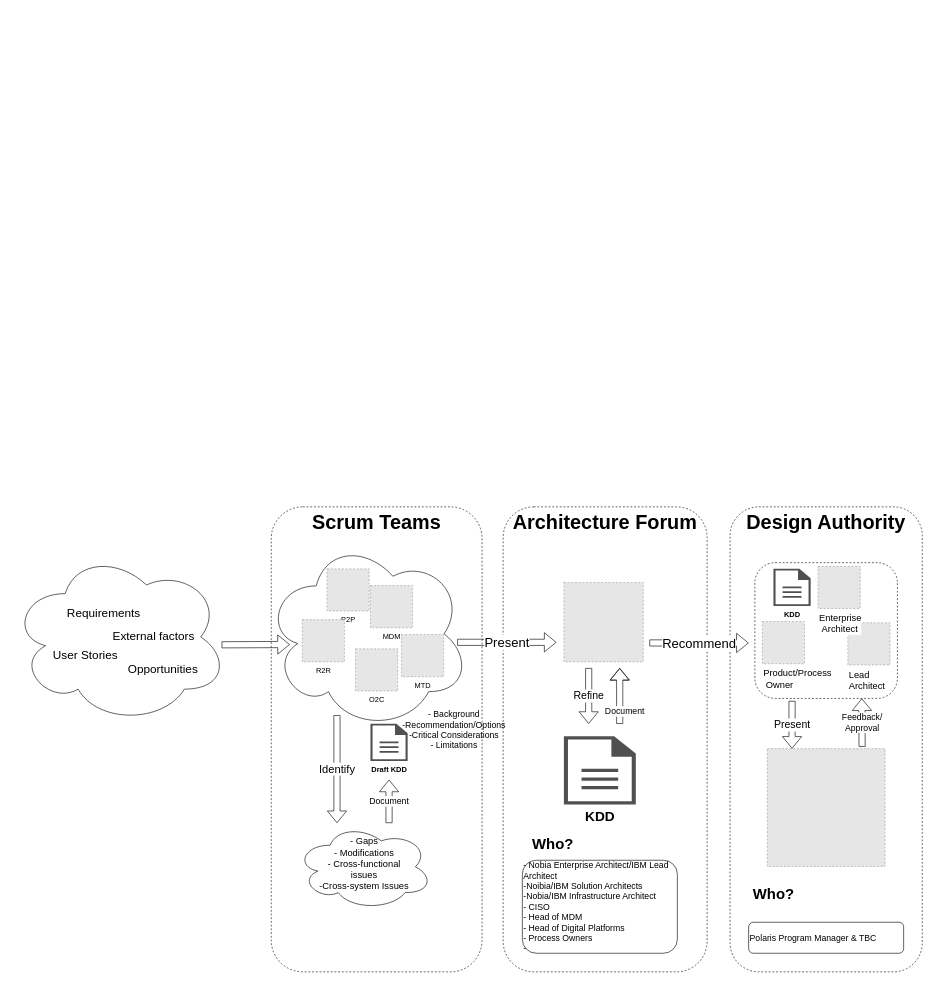
Above: page "Overall" (1 of 7) of Architecture Governance.drawio in mrf742002/Diagrams (draw.io), before the change. Source tidied: cells renumbered, new cells numbered last; positions are measured from the earlier drawing's top-left corner, leaving out a move shared by most shapes. Both pictures are drawn from the tidied source at 62%, with x=0, y=0 at pixel (11, 507). Pictures stored in the file or linked from it are replaced by grey dashed boxes.
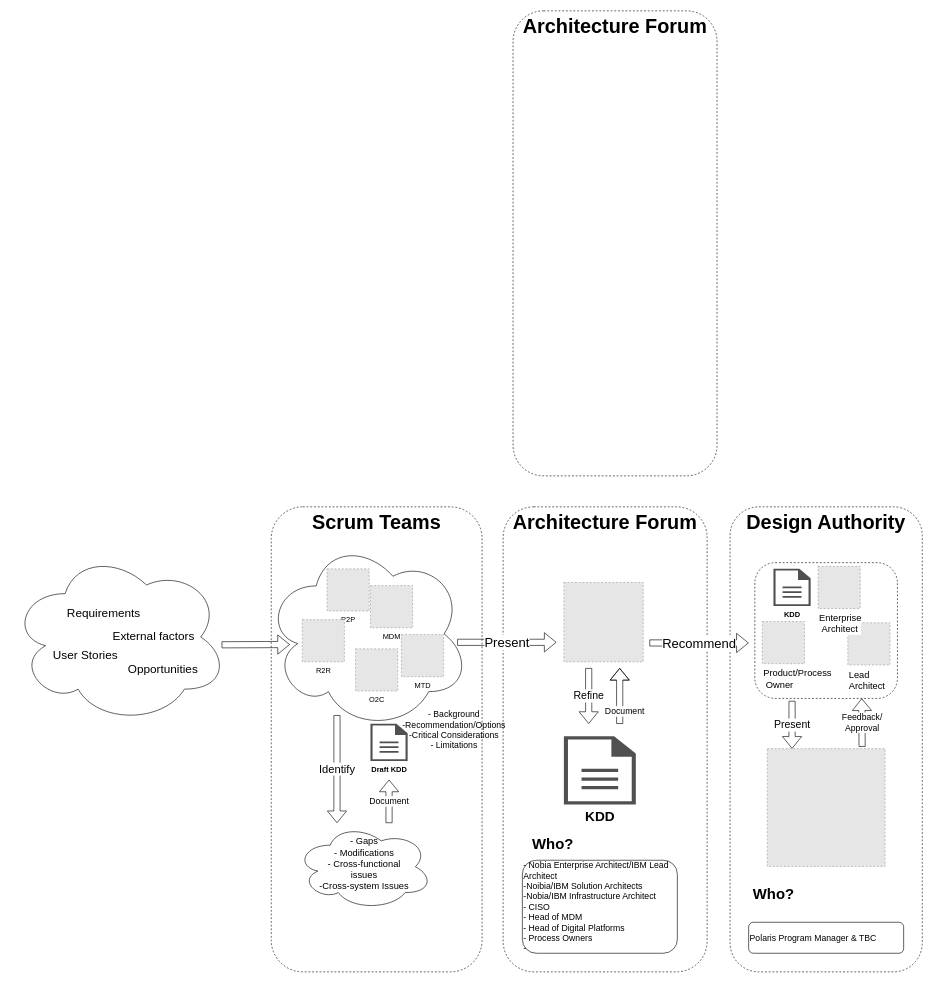
The same diagram, later.

Change to the diagram source:
```diff
@@
+    <mxCell id="41" value="&lt;b&gt;Architecture Forum&lt;br&gt;&lt;/b&gt;" style="rounded=1;whiteSpace=wrap;html=1;verticalAlign=top;strokeWidth=1;strokeColor=#020912;dashed=1;fontSize=32;" parent="1" vertex="1">
+      <mxGeometry x="810" y="-800" width="329" height="750" as="geometry" />
+    </mxCell>
```
